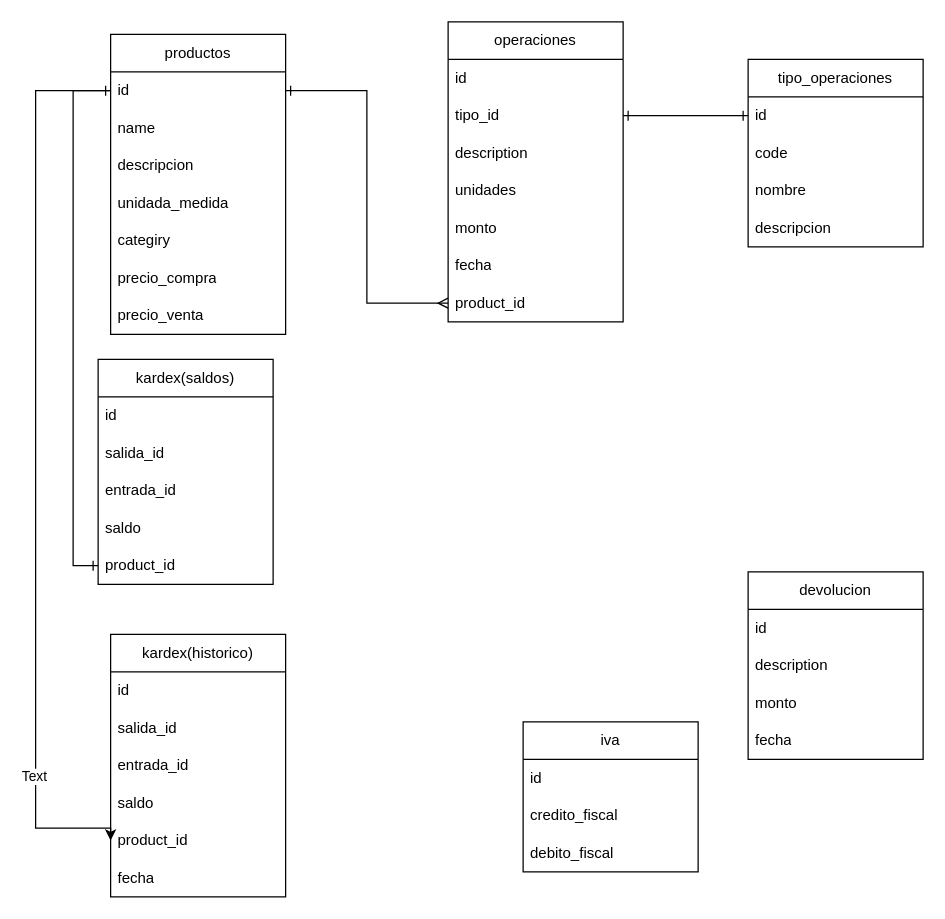
This is sistema_inventarios.drawio from MasterJhonny/diagramas, a draw.io file, before an edit. Source tidied: cells renumbered, new cells numbered last; positions are measured from the earlier drawing's top-left corner, leaving out a move shared by most shapes. Both pictures are drawn from the tidied source at 125%, with x=0, y=0 at pixel (35, 21).
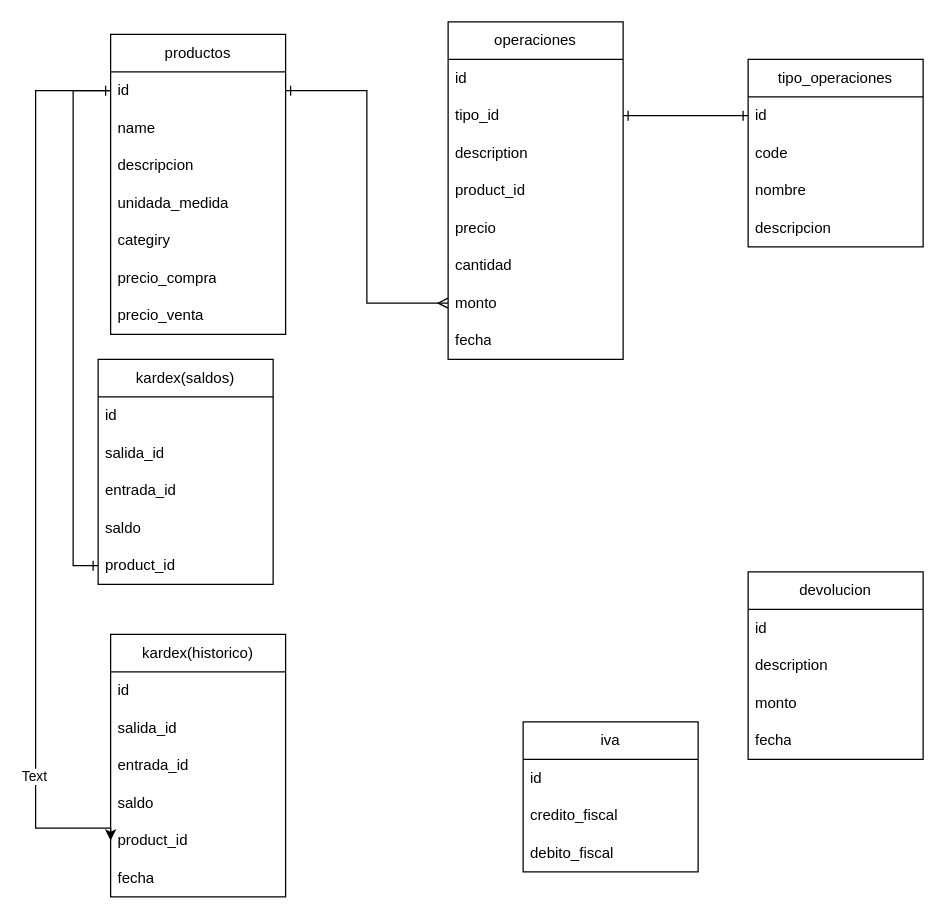
The same page after the edit.

What changed in the source:
```diff
@@
     <mxCell id="10" value="operaciones" style="swimlane;fontStyle=0;horizontal=1;startSize=30;whiteSpace=wrap;html=1;" parent="1" vertex="1">
-      <mxGeometry x="330" width="140" height="240" as="geometry" />
+      <mxGeometry x="330" width="140" height="270" as="geometry" />
     </mxCell>
@@
-    <mxCell id="14" value="unidades" style="text;strokeColor=none;fillColor=none;align=left;verticalAlign=middle;spacingLeft=4;spacingRight=4;overflow=hidden;whiteSpace=wrap;html=1;" parent="10" vertex="1">
+    <mxCell id="14" value="product_id" style="text;strokeColor=none;fillColor=none;align=left;verticalAlign=middle;spacingLeft=4;spacingRight=4;overflow=hidden;whiteSpace=wrap;html=1;" parent="10" vertex="1">
       <mxGeometry y="120" width="140" height="30" as="geometry" />
     </mxCell>
-    <mxCell id="15" value="monto" style="text;strokeColor=none;fillColor=none;align=left;verticalAlign=middle;spacingLeft=4;spacingRight=4;overflow=hidden;whiteSpace=wrap;html=1;" parent="10" vertex="1">
+    <mxCell id="15" value="precio" style="text;strokeColor=none;fillColor=none;align=left;verticalAlign=middle;spacingLeft=4;spacingRight=4;overflow=hidden;whiteSpace=wrap;html=1;" parent="10" vertex="1">
       <mxGeometry y="150" width="140" height="30" as="geometry" />
     </mxCell>
-    <mxCell id="16" value="fecha" style="text;strokeColor=none;fillColor=none;align=left;verticalAlign=middle;spacingLeft=4;spacingRight=4;overflow=hidden;whiteSpace=wrap;html=1;" parent="10" vertex="1">
+    <mxCell id="16" value="cantidad" style="text;strokeColor=none;fillColor=none;align=left;verticalAlign=middle;spacingLeft=4;spacingRight=4;overflow=hidden;whiteSpace=wrap;html=1;" parent="10" vertex="1">
       <mxGeometry y="180" width="140" height="30" as="geometry" />
     </mxCell>
-    <mxCell id="17" value="product_id" style="text;strokeColor=none;fillColor=none;align=left;verticalAlign=middle;spacingLeft=4;spacingRight=4;overflow=hidden;points=[[0,0.5],[1,0.5]];portConstraint=eastwest;whiteSpace=wrap;html=1;" parent="10" vertex="1">
+    <mxCell id="17" value="monto" style="text;strokeColor=none;fillColor=none;align=left;verticalAlign=middle;spacingLeft=4;spacingRight=4;overflow=hidden;points=[[0,0.5],[1,0.5]];portConstraint=eastwest;whiteSpace=wrap;html=1;" parent="10" vertex="1">
       <mxGeometry y="210" width="140" height="30" as="geometry" />
     </mxCell>
+    <mxCell id="50" value="fecha" style="text;strokeColor=none;fillColor=none;align=left;verticalAlign=middle;spacingLeft=4;spacingRight=4;overflow=hidden;whiteSpace=wrap;html=1;" parent="10" vertex="1">
+      <mxGeometry y="240" width="140" height="30" as="geometry" />
+    </mxCell>
```
